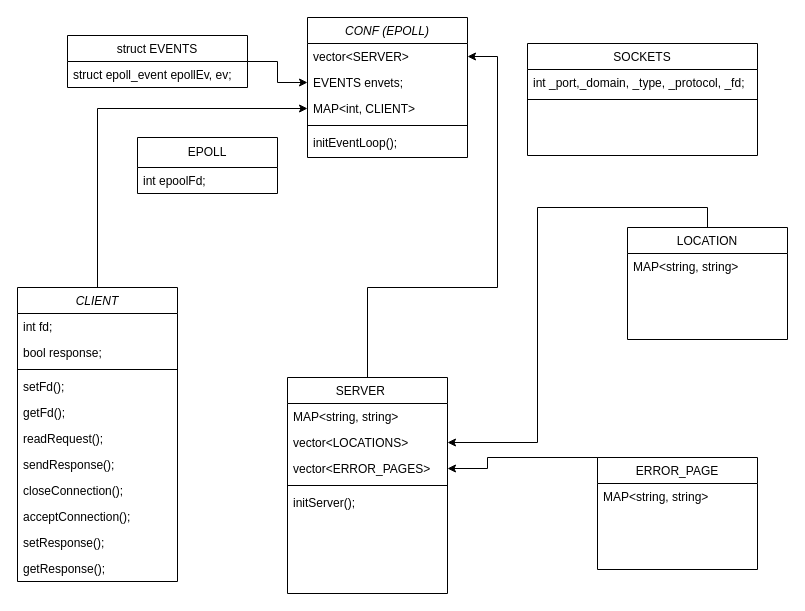
This is server/include/Diagrama sem nome.drawio from Andrefcampos/Web_Server_42sp, a draw.io file, before an edit. Source tidied: cells renumbered, new cells numbered last; positions are measured from the earlier drawing's top-left corner, leaving out a move shared by most shapes. Both pictures are drawn from the tidied source at 100%, with x=0, y=0 at pixel (17, 17).
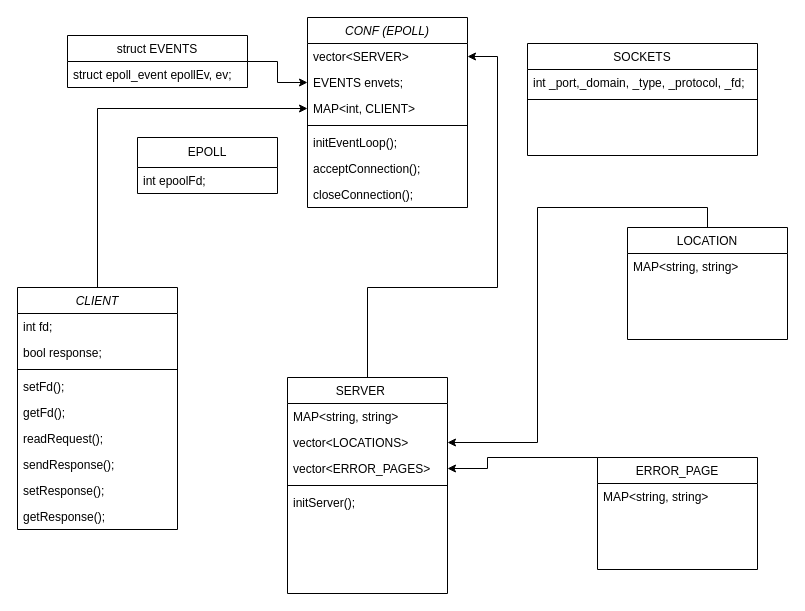
Above is the later version.

Commit message:
flowchart webserver

The edit, as a diff of the source:
```diff
@@
     <mxCell id="2" value="CONF (EPOLL)" style="swimlane;fontStyle=2;align=center;verticalAlign=top;horizontal=1;startSize=26;rounded=0;shadow=0;strokeWidth=1;" parent="1" vertex="1">
-      <mxGeometry x="290" width="160" height="140" as="geometry" />
+      <mxGeometry x="290" width="160" height="190" as="geometry" />
     </mxCell>
@@
+    <mxCell id="28" value="acceptConnection();" style="text;align=left;verticalAlign=top;spacingLeft=4;spacingRight=4;overflow=hidden;" parent="2" vertex="1">
+      <mxGeometry y="138" width="160" height="26" as="geometry" />
+    </mxCell>
+    <mxCell id="27" value="closeConnection();" style="text;align=left;verticalAlign=top;spacingLeft=4;spacingRight=4;overflow=hidden;" parent="2" vertex="1">
+      <mxGeometry y="164" width="160" height="26" as="geometry" />
+    </mxCell>
@@
     <mxCell id="19" value="CLIENT" style="swimlane;fontStyle=2;align=center;verticalAlign=top;horizontal=1;startSize=26;rounded=0;shadow=0;strokeWidth=1;" parent="1" vertex="1">
-      <mxGeometry y="270" width="160" height="294" as="geometry" />
+      <mxGeometry y="270" width="160" height="242" as="geometry" />
     </mxCell>
@@
-    <mxCell id="27" value="closeConnection();" style="text;align=left;verticalAlign=top;spacingLeft=4;spacingRight=4;overflow=hidden;" parent="19" vertex="1">
-      <mxGeometry y="190" width="160" height="26" as="geometry" />
-    </mxCell>
-    <mxCell id="28" value="acceptConnection();" style="text;align=left;verticalAlign=top;spacingLeft=4;spacingRight=4;overflow=hidden;" parent="19" vertex="1">
-      <mxGeometry y="216" width="160" height="26" as="geometry" />
-    </mxCell>
     <mxCell id="29" value="setResponse();" style="text;align=left;verticalAlign=top;spacingLeft=4;spacingRight=4;overflow=hidden;" parent="19" vertex="1">
-      <mxGeometry y="242" width="160" height="26" as="geometry" />
+      <mxGeometry y="190" width="160" height="26" as="geometry" />
     </mxCell>
     <mxCell id="30" value="getResponse();" style="text;align=left;verticalAlign=top;spacingLeft=4;spacingRight=4;overflow=hidden;" parent="19" vertex="1">
-      <mxGeometry y="268" width="160" height="26" as="geometry" />
+      <mxGeometry y="216" width="160" height="26" as="geometry" />
     </mxCell>
```
